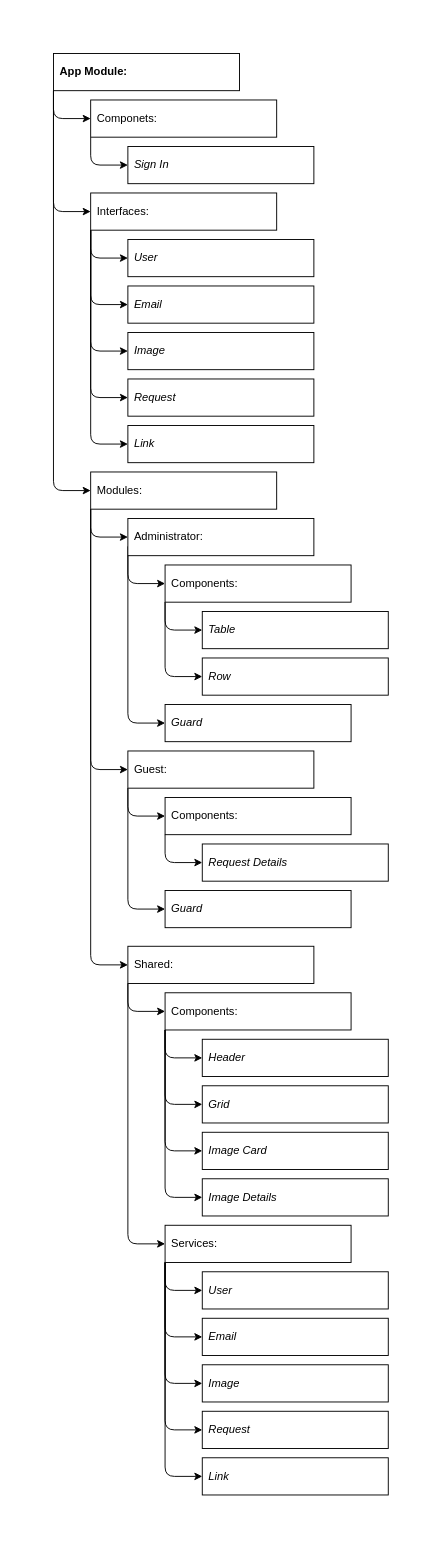
Before: design/angulular-building-blocks.drawio in ska-sa/images-hub, a draw.io diagram. Source tidied: cells renumbered, new cells numbered last; positions are measured from the earlier drawing's top-left corner, leaving out a move shared by most shapes. Both pictures are drawn from the tidied source at 93%, with x=0, y=0 at pixel (53, 53).
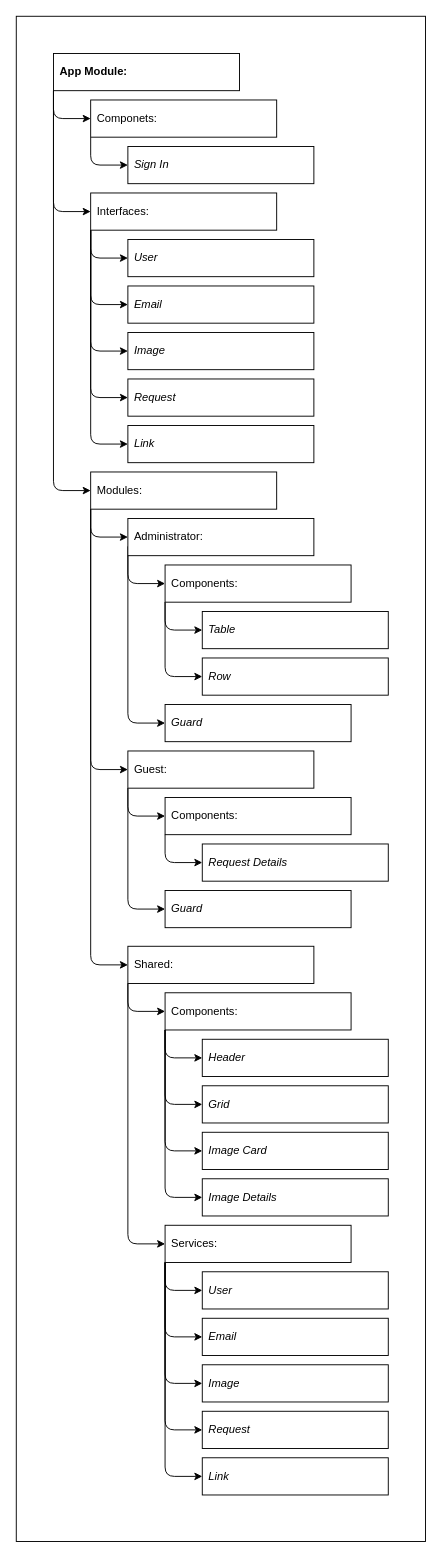
Above is the later version.

The edit, as a diff of the source:
```diff
@@
+    <mxCell id="63" style="rounded=0;whiteSpace=wrap;html=1;" parent="1" vertex="1">
+      <mxGeometry x="-40" y="-40" width="440" height="1640" as="geometry" />
+    </mxCell>
```
